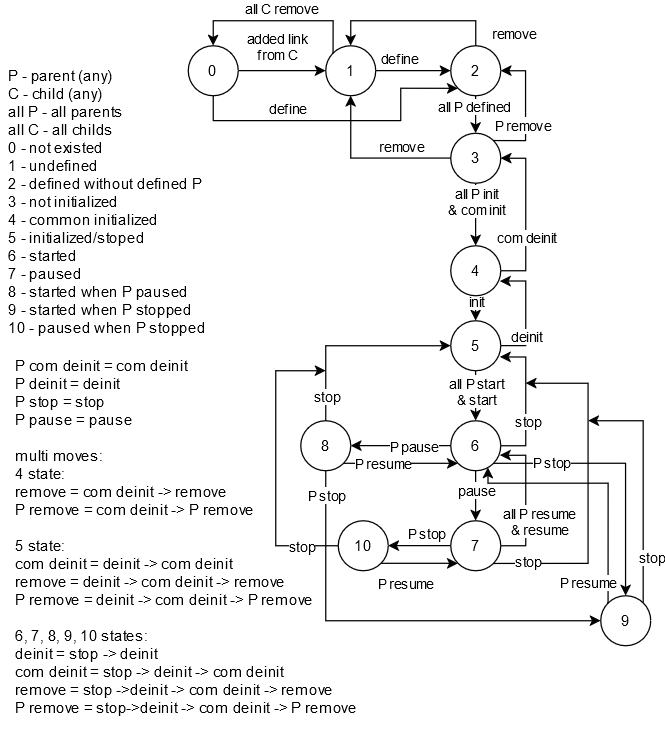
NameUndef/Port_SR2 keeps this draw.io diagram as info/Subprogram Locator logic states.png. Above is the earlier version. Source tidied: cells renumbered, new cells last; positions are measured from the earlier drawing's top-left corner, leaving out a move shared by most shapes.
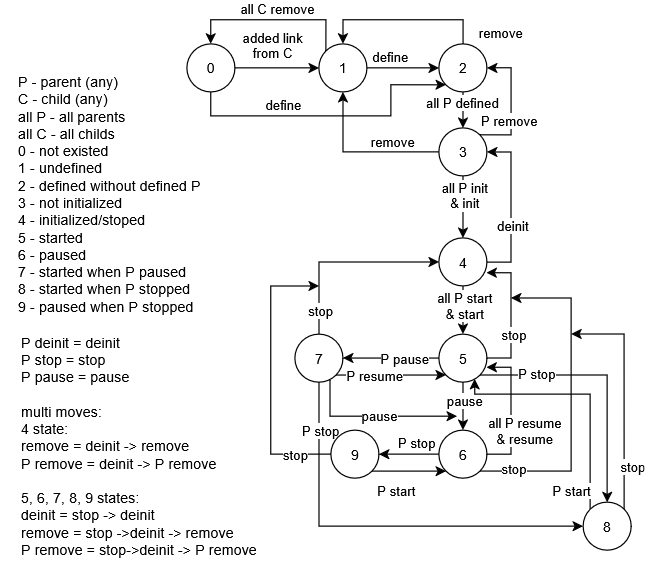
Later version of the same file.

Commit message:
[*] finish subprogram locator base funcs

What changed in the source:
```diff
@@ -2,13 +2,13 @@
   <root>
     <mxCell id="0" />
     <mxCell id="1" parent="0" />
-    <mxCell id="2" value="&lt;div&gt;P com deinit = com deinit&lt;/div&gt;&lt;div&gt;P deinit = deinit&lt;/div&gt;&lt;div&gt;P stop = stop&lt;/div&gt;&lt;div&gt;P pause = pause&lt;/div&gt;&lt;div&gt;&lt;br&gt;&lt;/div&gt;&lt;div&gt;multi moves:&lt;/div&gt;&lt;div&gt;4 state:&lt;/div&gt;&lt;div&gt;remove = com deinit -&amp;gt; remove&lt;/div&gt;&lt;div&gt;P remove = com deinit -&amp;gt; P remove&lt;br&gt;&lt;/div&gt;&lt;div&gt;&lt;br&gt;&lt;/div&gt;&lt;div&gt;5 state:&lt;/div&gt;&lt;div&gt;com deinit = deinit -&amp;gt; com deinit&lt;/div&gt;&lt;div&gt;remove = deinit -&amp;gt; com deinit -&amp;gt; remove&lt;/div&gt;&lt;div&gt;P remove = deinit -&amp;gt; com deinit -&amp;gt; P remove&lt;br&gt;&lt;/div&gt;&lt;div&gt;&lt;br&gt;&lt;/div&gt;&lt;div&gt;6, 7, 8, 9, 10 states:&lt;/div&gt;&lt;div&gt;deinit = stop -&amp;gt; deinit&lt;/div&gt;&lt;div&gt;com deinit = stop -&amp;gt; deinit -&amp;gt; com deinit&lt;/div&gt;&lt;div&gt;remove = stop -&amp;gt;deinit -&amp;gt; com deinit -&amp;gt; remove&lt;br&gt;&lt;/div&gt;&lt;div&gt;P remove = stop-&amp;gt;deinit -&amp;gt; com deinit -&amp;gt; P remove&lt;br&gt;&lt;/div&gt;&lt;div&gt;&lt;br&gt;&lt;/div&gt;" style="text;html=1;align=left;verticalAlign=middle;strokeColor=none;fillColor=none;" parent="1" vertex="1">
-      <mxGeometry x="10" y="260" width="290" height="320" as="geometry" />
+    <mxCell id="2" value="&lt;div&gt;P deinit = deinit&lt;/div&gt;&lt;div&gt;P stop = stop&lt;/div&gt;&lt;div&gt;P pause = pause&lt;/div&gt;&lt;div&gt;&lt;br&gt;&lt;/div&gt;&lt;div&gt;multi moves:&lt;/div&gt;&lt;div&gt;4 state:&lt;/div&gt;&lt;div&gt;remove = deinit -&amp;gt; remove&lt;/div&gt;&lt;div&gt;P remove = deinit -&amp;gt; P remove&lt;br&gt;&lt;/div&gt;&lt;div&gt;&lt;br&gt;&lt;/div&gt;&lt;div&gt;5, 6, 7, 8, 9 states:&lt;/div&gt;&lt;div&gt;deinit = stop -&amp;gt; deinit&lt;/div&gt;&lt;div&gt;remove = stop -&amp;gt;deinit -&amp;gt; remove&lt;br&gt;&lt;/div&gt;&lt;div&gt;P remove = stop-&amp;gt;deinit -&amp;gt; P remove&lt;br&gt;&lt;/div&gt;&lt;div&gt;&lt;br&gt;&lt;/div&gt;" style="text;html=1;align=left;verticalAlign=middle;strokeColor=none;fillColor=none;" parent="1" vertex="1">
+      <mxGeometry x="35" y="191.7" width="220" height="220" as="geometry" />
     </mxCell>
-    <mxCell id="3" style="edgeStyle=orthogonalEdgeStyle;rounded=0;jettySize=auto;html=1;exitX=0.5;exitY=1;exitDx=0;exitDy=0;entryX=0.5;entryY=0;entryDx=0;entryDy=0;" parent="1" edge="1" source="9" target="14">
+    <mxCell id="3" style="edgeStyle=orthogonalEdgeStyle;rounded=0;jettySize=auto;html=1;exitX=0.5;exitY=1;exitDx=0;exitDy=0;" parent="1" edge="1" source="9" target="17">
       <mxGeometry relative="1" as="geometry" />
     </mxCell>
-    <mxCell id="4" value="&lt;div&gt;all P init&lt;/div&gt;&lt;div&gt;&amp;amp; com init&lt;br&gt;&lt;/div&gt;" style="edgeLabel;html=1;align=center;verticalAlign=middle;" parent="3" vertex="1">
+    <mxCell id="4" value="&lt;div&gt;all P init&lt;/div&gt;&lt;div&gt;&amp;amp; init&lt;br&gt;&lt;/div&gt;" style="edgeLabel;html=1;align=center;verticalAlign=middle;" parent="3" vertex="1">
       <mxGeometry x="-0.1" y="-1" relative="1" as="geometry">
         <mxPoint x="1" y="-8" as="offset" />
       </mxGeometry>
@@ -16,8 +16,8 @@
     <mxCell id="5" style="edgeStyle=orthogonalEdgeStyle;rounded=0;jettySize=auto;html=1;exitX=1;exitY=0;exitDx=0;exitDy=0;entryX=1;entryY=0.5;entryDx=0;entryDy=0;" parent="1" edge="1" source="9" target="63">
       <mxGeometry relative="1" as="geometry">
         <Array as="points">
-          <mxPoint x="420" y="96" />
-          <mxPoint x="420" y="40" />
+          <mxPoint x="445" y="36" />
+          <mxPoint x="445" y="-20" />
         </Array>
       </mxGeometry>
     </mxCell>
@@ -33,37 +33,18 @@
       </mxGeometry>
     </mxCell>
     <mxCell id="9" value="3" style="ellipse;whiteSpace=wrap;html=1;" parent="1" vertex="1">
-      <mxGeometry x="360" y="90" width="40" height="40" as="geometry" />
+      <mxGeometry x="385" y="30" width="40" height="40" as="geometry" />
     </mxCell>
-    <mxCell id="10" style="edgeStyle=orthogonalEdgeStyle;rounded=0;jettySize=auto;html=1;exitX=1;exitY=0.5;exitDx=0;exitDy=0;entryX=1;entryY=0.5;entryDx=0;entryDy=0;" parent="1" edge="1" source="14" target="9">
-      <mxGeometry relative="1" as="geometry" />
-    </mxCell>
-    <mxCell id="11" value="com deinit" style="edgeLabel;html=1;align=center;verticalAlign=middle;" parent="10" vertex="1">
-      <mxGeometry x="0.24" y="1" relative="1" as="geometry">
-        <mxPoint x="1" y="34" as="offset" />
-      </mxGeometry>
-    </mxCell>
-    <mxCell id="12" style="edgeStyle=orthogonalEdgeStyle;rounded=0;jettySize=auto;html=1;exitX=0.5;exitY=1;exitDx=0;exitDy=0;entryX=0.5;entryY=0;entryDx=0;entryDy=0;" parent="1" edge="1" source="14" target="17">
-      <mxGeometry relative="1" as="geometry" />
-    </mxCell>
-    <mxCell id="13" value="init" style="edgeLabel;html=1;align=center;verticalAlign=middle;" parent="12" vertex="1">
-      <mxGeometry x="-0.38" y="-2" relative="1" as="geometry">
-        <mxPoint x="2" y="-2" as="offset" />
-      </mxGeometry>
-    </mxCell>
-    <mxCell id="14" value="4" style="ellipse;whiteSpace=wrap;html=1;" parent="1" vertex="1">
-      <mxGeometry x="360" y="180" width="40" height="40" as="geometry" />
-    </mxCell>
     <mxCell id="15" style="edgeStyle=orthogonalEdgeStyle;rounded=0;jettySize=auto;html=1;exitX=0.5;exitY=1;exitDx=0;exitDy=0;entryX=0.5;entryY=0;entryDx=0;entryDy=0;" parent="1" edge="1" source="17" target="26">
       <mxGeometry relative="1" as="geometry" />
     </mxCell>
     <mxCell id="16" value="&lt;div&gt;all P start&lt;/div&gt;&lt;div&gt;&amp;amp; start&lt;br&gt;&lt;/div&gt;" style="edgeLabel;html=1;align=center;verticalAlign=middle;" parent="15" vertex="1">
       <mxGeometry x="-0.21" relative="1" as="geometry" />
     </mxCell>
-    <mxCell id="17" value="5" style="ellipse;whiteSpace=wrap;html=1;" parent="1" vertex="1">
-      <mxGeometry x="360" y="240" width="40" height="40" as="geometry" />
+    <mxCell id="17" value="4" style="ellipse;whiteSpace=wrap;html=1;" parent="1" vertex="1">
+      <mxGeometry x="385" y="121.7" width="40" height="40" as="geometry" />
     </mxCell>
-    <mxCell id="18" style="edgeStyle=orthogonalEdgeStyle;rounded=0;jettySize=auto;html=1;exitX=1;exitY=0.5;exitDx=0;exitDy=0;entryX=0.986;entryY=0.708;entryDx=0;entryDy=0;entryPerimeter=0;" parent="1" edge="1" source="17" target="14">
+    <mxCell id="18" style="edgeStyle=orthogonalEdgeStyle;rounded=0;jettySize=auto;html=1;exitX=1;exitY=0.5;exitDx=0;exitDy=0;entryX=1;entryY=0.5;entryDx=0;entryDy=0;" parent="1" edge="1" source="17" target="9">
       <mxGeometry relative="1" as="geometry" />
     </mxCell>
     <mxCell id="19" value="deinit" style="edgeLabel;html=1;align=center;verticalAlign=middle;" parent="18" vertex="1">
@@ -90,16 +71,16 @@
     <mxCell id="24" style="edgeStyle=orthogonalEdgeStyle;rounded=0;jettySize=auto;html=1;exitX=1;exitY=1;exitDx=0;exitDy=0;entryX=0.5;entryY=0;entryDx=0;entryDy=0;" parent="1" edge="1" source="26" target="46">
       <mxGeometry relative="1" as="geometry">
         <Array as="points">
-          <mxPoint x="500" y="354" />
-          <mxPoint x="500" y="460" />
+          <mxPoint x="525" y="235.7" />
+          <mxPoint x="525" y="341.7" />
         </Array>
       </mxGeometry>
     </mxCell>
     <mxCell id="25" value="P stop" style="edgeLabel;html=1;align=center;verticalAlign=middle;" parent="24" vertex="1">
       <mxGeometry x="-0.57" y="1" relative="1" as="geometry" />
     </mxCell>
-    <mxCell id="26" value="6" style="ellipse;whiteSpace=wrap;html=1;" parent="1" vertex="1">
-      <mxGeometry x="360" y="320" width="40" height="40" as="geometry" />
+    <mxCell id="26" value="5" style="ellipse;whiteSpace=wrap;html=1;" parent="1" vertex="1">
+      <mxGeometry x="385" y="201.7" width="40" height="40" as="geometry" />
     </mxCell>
     <mxCell id="27" style="edgeStyle=orthogonalEdgeStyle;rounded=0;jettySize=auto;html=1;exitX=1;exitY=0.5;exitDx=0;exitDy=0;entryX=0.986;entryY=0.725;entryDx=0;entryDy=0;entryPerimeter=0;" parent="1" edge="1" source="26" target="17">
       <mxGeometry relative="1" as="geometry" />
@@ -111,10 +92,10 @@
     </mxCell>
     <mxCell id="29" style="edgeStyle=orthogonalEdgeStyle;rounded=0;jettySize=auto;html=1;exitX=1;exitY=1;exitDx=0;exitDy=0;" parent="1" edge="1" source="33">
       <mxGeometry relative="1" as="geometry">
-        <mxPoint x="420" y="290" as="targetPoint" />
+        <mxPoint x="445" y="171.7" as="targetPoint" />
         <Array as="points">
-          <mxPoint x="470" y="434" />
-          <mxPoint x="470" y="290" />
+          <mxPoint x="495" y="315.7" />
+          <mxPoint x="495" y="171.7" />
         </Array>
       </mxGeometry>
     </mxCell>
@@ -129,8 +110,8 @@
         <mxPoint x="-6" y="-9" as="offset" />
       </mxGeometry>
     </mxCell>
-    <mxCell id="33" value="7" style="ellipse;whiteSpace=wrap;html=1;" parent="1" vertex="1">
-      <mxGeometry x="360" y="400" width="40" height="40" as="geometry" />
+    <mxCell id="33" value="6" style="ellipse;whiteSpace=wrap;html=1;" parent="1" vertex="1">
+      <mxGeometry x="385" y="281.7" width="40" height="40" as="geometry" />
     </mxCell>
     <mxCell id="34" style="edgeStyle=orthogonalEdgeStyle;rounded=0;jettySize=auto;html=1;exitX=1;exitY=0.5;exitDx=0;exitDy=0;entryX=0.986;entryY=0.691;entryDx=0;entryDy=0;entryPerimeter=0;" parent="1" edge="1" source="33" target="26">
       <mxGeometry relative="1" as="geometry" />
@@ -140,8 +121,8 @@
         <mxPoint x="11" y="21" as="offset" />
       </mxGeometry>
     </mxCell>
-    <mxCell id="36" value="&lt;div align=&quot;left&quot;&gt;P - parent (any)&lt;/div&gt;&lt;div align=&quot;left&quot;&gt;C - child (any)&lt;br&gt;&lt;/div&gt;&lt;div align=&quot;left&quot;&gt;all P - all parents&lt;/div&gt;&lt;div align=&quot;left&quot;&gt;all C - all childs&lt;/div&gt;&lt;div align=&quot;left&quot;&gt;0 - not existed&lt;br&gt;&lt;/div&gt;&lt;div align=&quot;left&quot;&gt;1 - undefined&lt;/div&gt;&lt;div align=&quot;left&quot;&gt;2 - defined without defined P&lt;br&gt;&lt;/div&gt;&lt;div align=&quot;left&quot;&gt;3 - not initialized&lt;/div&gt;&lt;div align=&quot;left&quot;&gt;4 - common initialized&lt;/div&gt;&lt;div align=&quot;left&quot;&gt;5 - initialized/stoped&lt;/div&gt;&lt;div align=&quot;left&quot;&gt;6 - started&lt;/div&gt;&lt;div align=&quot;left&quot;&gt;7 - paused&lt;/div&gt;&lt;div align=&quot;left&quot;&gt;8 - started when P paused&lt;/div&gt;&lt;div align=&quot;left&quot;&gt;9 - started when P stopped&lt;/div&gt;&lt;div align=&quot;left&quot;&gt;10 - paused when P stopped&lt;/div&gt;" style="text;html=1;align=center;verticalAlign=middle;strokeColor=none;fillColor=none;" parent="1" vertex="1">
-      <mxGeometry y="30" width="170" height="230" as="geometry" />
+    <mxCell id="36" value="&lt;div align=&quot;left&quot;&gt;P - parent (any)&lt;/div&gt;&lt;div align=&quot;left&quot;&gt;C - child (any)&lt;br&gt;&lt;/div&gt;&lt;div align=&quot;left&quot;&gt;all P - all parents&lt;/div&gt;&lt;div align=&quot;left&quot;&gt;all C - all childs&lt;/div&gt;&lt;div align=&quot;left&quot;&gt;0 - not existed&lt;br&gt;&lt;/div&gt;&lt;div align=&quot;left&quot;&gt;1 - undefined&lt;/div&gt;&lt;div align=&quot;left&quot;&gt;2 - defined without defined P&lt;br&gt;&lt;/div&gt;&lt;div align=&quot;left&quot;&gt;3 - not initialized&lt;/div&gt;&lt;div align=&quot;left&quot;&gt;4 - initialized/stoped&lt;/div&gt;&lt;div align=&quot;left&quot;&gt;5 - started&lt;/div&gt;&lt;div align=&quot;left&quot;&gt;6 - paused&lt;/div&gt;&lt;div align=&quot;left&quot;&gt;7 - started when P paused&lt;/div&gt;&lt;div align=&quot;left&quot;&gt;8 - started when P stopped&lt;/div&gt;&lt;div align=&quot;left&quot;&gt;9 - paused when P stopped&lt;/div&gt;" style="text;html=1;align=center;verticalAlign=middle;strokeColor=none;fillColor=none;" parent="1" vertex="1">
+      <mxGeometry x="20" y="-25" width="180" height="220" as="geometry" />
     </mxCell>
     <mxCell id="37" style="edgeStyle=orthogonalEdgeStyle;rounded=0;jettySize=auto;html=1;exitX=0.5;exitY=0;exitDx=0;exitDy=0;entryX=0;entryY=0.5;entryDx=0;entryDy=0;" parent="1" edge="1" source="43" target="17">
       <mxGeometry relative="1" as="geometry" />
@@ -162,18 +143,29 @@
     </mxCell>
     <mxCell id="42" value="P stop" style="edgeLabel;html=1;align=center;verticalAlign=middle;" parent="41" vertex="1">
       <mxGeometry x="-0.74" y="-2" relative="1" as="geometry">
-        <mxPoint x="2" y="-25" as="offset" />
+        <mxPoint x="2" y="-4" as="offset" />
       </mxGeometry>
     </mxCell>
+    <mxCell id="69" style="edgeStyle=orthogonalEdgeStyle;rounded=0;jettySize=auto;html=1;exitX=0.73;exitY=0.96;exitDx=0;exitDy=0;exitPerimeter=0;" parent="1" edge="1" source="43">
+      <mxGeometry relative="1" as="geometry">
+        <mxPoint x="400" y="270" as="targetPoint" />
+        <Array as="points">
+          <mxPoint x="294" y="270" />
+        </Array>
+      </mxGeometry>
+    </mxCell>
+    <mxCell id="70" value="pause" style="edgeLabel;html=1;align=center;verticalAlign=middle;" parent="69" vertex="1">
+      <mxGeometry x="0.04" y="1" relative="1" as="geometry" />
+    </mxCell>
-    <mxCell id="43" value="8" style="ellipse;whiteSpace=wrap;html=1;" parent="1" vertex="1">
-      <mxGeometry x="240" y="320" width="40" height="40" as="geometry" />
+    <mxCell id="43" value="7" style="ellipse;whiteSpace=wrap;html=1;points=[[0,0,0,0,0],[0,0.5,0,0,0],[0,1,0,0,0],[0.5,0,0,0,0],[0.5,1,0,0,0],[0.73,0.96,0,0,0],[1,0,0,0,0],[1,0.5,0,0,0],[1,1,0,0,0]];" parent="1" vertex="1">
+      <mxGeometry x="265" y="201.7" width="40" height="40" as="geometry" />
     </mxCell>
     <mxCell id="44" style="edgeStyle=orthogonalEdgeStyle;rounded=0;jettySize=auto;html=1;exitX=1;exitY=0;exitDx=0;exitDy=0;" parent="1" edge="1" source="46">
       <mxGeometry relative="1" as="geometry">
-        <mxPoint x="470" y="320" as="targetPoint" />
+        <mxPoint x="495" y="201.7" as="targetPoint" />
         <Array as="points">
-          <mxPoint x="514" y="320" />
-          <mxPoint x="470" y="320" />
+          <mxPoint x="539" y="201.7" />
+          <mxPoint x="495" y="201.7" />
         </Array>
       </mxGeometry>
     </mxCell>
@@ -182,18 +174,18 @@
         <mxPoint x="6" y="23" as="offset" />
       </mxGeometry>
     </mxCell>
-    <mxCell id="46" value="9" style="ellipse;whiteSpace=wrap;html=1;" parent="1" vertex="1">
-      <mxGeometry x="480" y="460" width="40" height="40" as="geometry" />
+    <mxCell id="46" value="8" style="ellipse;whiteSpace=wrap;html=1;" parent="1" vertex="1">
+      <mxGeometry x="505" y="341.7" width="40" height="40" as="geometry" />
     </mxCell>
     <mxCell id="47" style="edgeStyle=orthogonalEdgeStyle;rounded=0;jettySize=auto;html=1;exitX=0;exitY=0;exitDx=0;exitDy=0;entryX=0.745;entryY=0.932;entryDx=0;entryDy=0;entryPerimeter=0;" parent="1" edge="1" source="46" target="26">
       <mxGeometry relative="1" as="geometry">
         <Array as="points">
-          <mxPoint x="486" y="370" />
-          <mxPoint x="390" y="370" />
+          <mxPoint x="511" y="251.7" />
+          <mxPoint x="415" y="251.7" />
         </Array>
       </mxGeometry>
     </mxCell>
-    <mxCell id="48" value="P resume" style="edgeLabel;html=1;align=center;verticalAlign=middle;" parent="47" vertex="1">
+    <mxCell id="48" value="P start" style="edgeLabel;html=1;align=center;verticalAlign=middle;" parent="47" vertex="1">
       <mxGeometry x="-0.75" y="2" relative="1" as="geometry">
         <mxPoint x="-14" y="9" as="offset" />
       </mxGeometry>
@@ -201,17 +193,17 @@
     <mxCell id="49" style="edgeStyle=orthogonalEdgeStyle;rounded=0;jettySize=auto;html=1;exitX=1;exitY=1;exitDx=0;exitDy=0;entryX=0;entryY=1;entryDx=0;entryDy=0;" parent="1" edge="1" source="53" target="33">
       <mxGeometry relative="1" as="geometry" />
     </mxCell>
-    <mxCell id="50" value="P resume" style="edgeLabel;html=1;align=center;verticalAlign=middle;" parent="49" vertex="1">
+    <mxCell id="50" value="P start" style="edgeLabel;html=1;align=center;verticalAlign=middle;" parent="49" vertex="1">
       <mxGeometry x="-0.29" relative="1" as="geometry">
         <mxPoint x="-3" y="16" as="offset" />
       </mxGeometry>
     </mxCell>
     <mxCell id="51" style="edgeStyle=orthogonalEdgeStyle;rounded=0;jettySize=auto;html=1;exitX=0;exitY=0.5;exitDx=0;exitDy=0;" parent="1" edge="1" source="53">
       <mxGeometry relative="1" as="geometry">
-        <mxPoint x="260" y="280" as="targetPoint" />
+        <mxPoint x="285" y="161.7" as="targetPoint" />
         <Array as="points">
-          <mxPoint x="220" y="420" />
-          <mxPoint x="220" y="280" />
+          <mxPoint x="245" y="301.7" />
+          <mxPoint x="245" y="161.7" />
         </Array>
       </mxGeometry>
     </mxCell>
@@ -220,8 +212,8 @@
         <mxPoint x="8" y="1" as="offset" />
       </mxGeometry>
     </mxCell>
-    <mxCell id="53" value="10" style="ellipse;whiteSpace=wrap;html=1;" parent="1" vertex="1">
-      <mxGeometry x="270" y="400" width="40" height="40" as="geometry" />
+    <mxCell id="53" value="9" style="ellipse;whiteSpace=wrap;html=1;" parent="1" vertex="1">
+      <mxGeometry x="295" y="281.7" width="40" height="40" as="geometry" />
     </mxCell>
     <mxCell id="54" style="edgeStyle=orthogonalEdgeStyle;rounded=0;jettySize=auto;html=1;exitX=1;exitY=0.5;exitDx=0;exitDy=0;entryX=0;entryY=0.5;entryDx=0;entryDy=0;" parent="1" edge="1" source="58" target="63">
       <mxGeometry relative="1" as="geometry" />
@@ -234,8 +226,8 @@
     <mxCell id="56" style="edgeStyle=orthogonalEdgeStyle;rounded=0;jettySize=auto;html=1;exitX=0;exitY=0;exitDx=0;exitDy=0;entryX=0.5;entryY=0;entryDx=0;entryDy=0;" parent="1" edge="1" source="58" target="68">
       <mxGeometry relative="1" as="geometry">
         <Array as="points">
-          <mxPoint x="266" />
-          <mxPoint x="170" />
+          <mxPoint x="291" y="-60" />
+          <mxPoint x="195" y="-60" />
         </Array>
       </mxGeometry>
     </mxCell>
@@ -245,7 +237,7 @@
       </mxGeometry>
     </mxCell>
     <mxCell id="58" value="1" style="ellipse;whiteSpace=wrap;html=1;" parent="1" vertex="1">
-      <mxGeometry x="260" y="20" width="40" height="40" as="geometry" />
+      <mxGeometry x="285" y="-40" width="40" height="40" as="geometry" />
     </mxCell>
     <mxCell id="59" style="edgeStyle=orthogonalEdgeStyle;rounded=0;jettySize=auto;html=1;exitX=0.5;exitY=1;exitDx=0;exitDy=0;entryX=0.5;entryY=0;entryDx=0;entryDy=0;" parent="1" edge="1" source="63" target="9">
       <mxGeometry relative="1" as="geometry" />
@@ -262,7 +254,7 @@
       </mxGeometry>
     </mxCell>
     <mxCell id="63" value="2" style="ellipse;whiteSpace=wrap;html=1;" parent="1" vertex="1">
-      <mxGeometry x="360" y="20" width="40" height="40" as="geometry" />
+      <mxGeometry x="385" y="-40" width="40" height="40" as="geometry" />
     </mxCell>
     <mxCell id="64" style="edgeStyle=orthogonalEdgeStyle;rounded=0;jettySize=auto;html=1;exitX=1;exitY=0.5;exitDx=0;exitDy=0;" parent="1" edge="1" source="68" target="58">
       <mxGeometry relative="1" as="geometry" />
@@ -275,9 +267,9 @@
     <mxCell id="66" style="edgeStyle=orthogonalEdgeStyle;rounded=0;jettySize=auto;html=1;exitX=0.5;exitY=1;exitDx=0;exitDy=0;entryX=0;entryY=1;entryDx=0;entryDy=0;" parent="1" edge="1" source="68" target="63">
       <mxGeometry relative="1" as="geometry">
         <Array as="points">
-          <mxPoint x="170" y="80" />
-          <mxPoint x="320" y="80" />
-          <mxPoint x="320" y="54" />
+          <mxPoint x="195" y="20" />
+          <mxPoint x="345" y="20" />
+          <mxPoint x="345" y="-6" />
         </Array>
       </mxGeometry>
     </mxCell>
@@ -287,7 +279,7 @@
       </mxGeometry>
     </mxCell>
     <mxCell id="68" value="0" style="ellipse;whiteSpace=wrap;html=1;" parent="1" vertex="1">
-      <mxGeometry x="150" y="20" width="40" height="40" as="geometry" />
+      <mxGeometry x="175" y="-40" width="40" height="40" as="geometry" />
     </mxCell>
   </root>
 </mxGraphModel>
```
